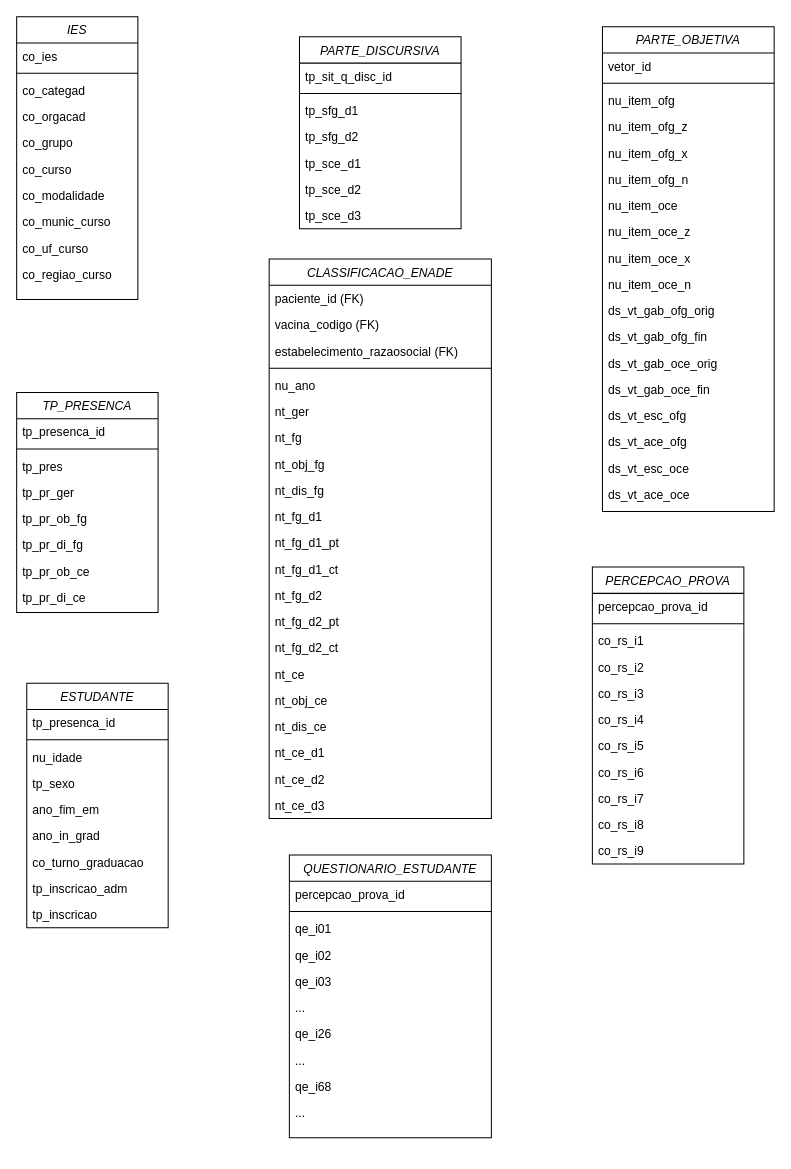
This is arthur_modelo_individual.drawio from troclaux/dw-trabalho-final-individual, a draw.io file, before an edit. Source tidied: cells renumbered, new cells numbered last; positions are measured from the earlier drawing's top-left corner, leaving out a move shared by most shapes. Both pictures are drawn from the tidied source at 101%, with x=0, y=0 at pixel (16, 16).
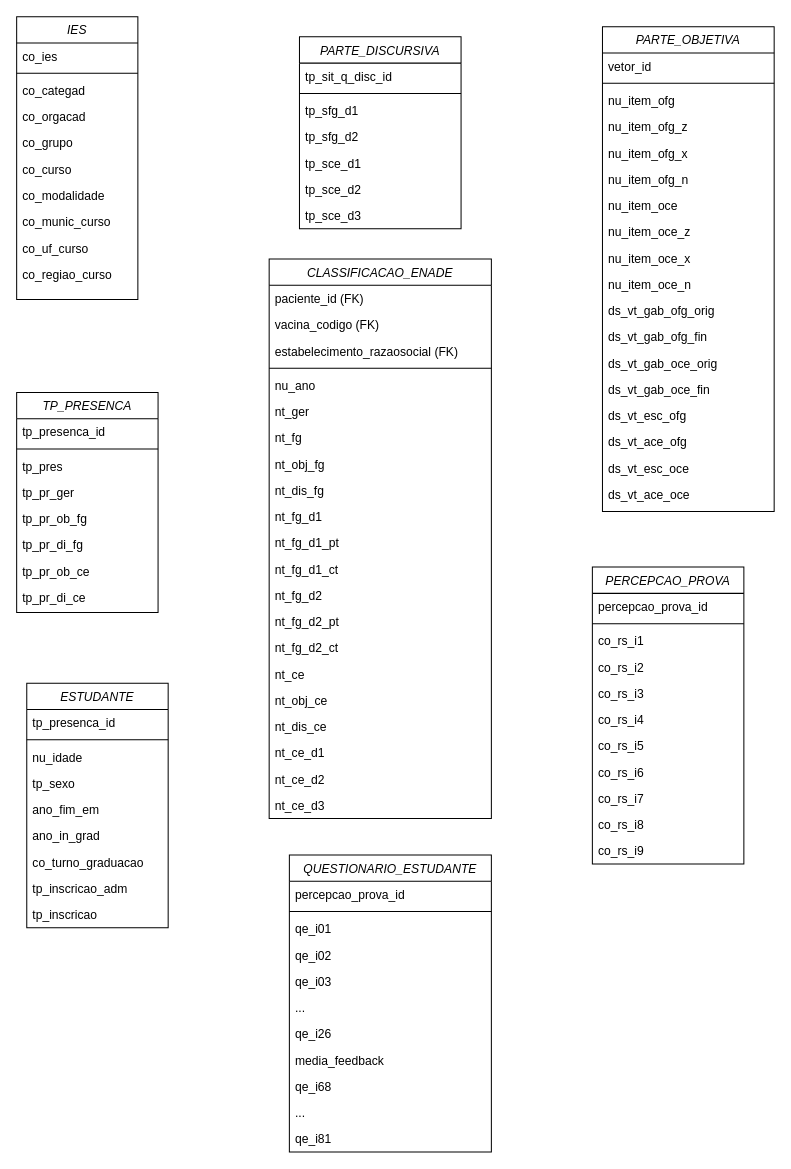
The same page after the edit.

Commit message (it also covers changes not shown here):
feat: cria tabela fato

Diff of the diagram source:
```diff
@@
     <mxCell id="93" value="QUESTIONARIO_ESTUDANTE" style="swimlane;fontStyle=2;align=center;verticalAlign=top;horizontal=1;startSize=26;rounded=0;shadow=0;strokeWidth=1;" parent="1" vertex="1">
-      <mxGeometry x="270" y="830" width="200" height="280" as="geometry" />
+      <mxGeometry x="270" y="830" width="200" height="294" as="geometry" />
     </mxCell>
@@
-    <mxCell id="101" value="..." style="text;align=left;verticalAlign=top;spacingLeft=4;spacingRight=4;overflow=hidden;" parent="93" vertex="1">
+    <mxCell id="101" value="media_feedback" style="text;align=left;verticalAlign=top;spacingLeft=4;spacingRight=4;overflow=hidden;" parent="93" vertex="1">
       <mxGeometry y="190" width="200" height="26" as="geometry" />
     </mxCell>
@@
+    <mxCell id="104" value="qe_i81" style="text;align=left;verticalAlign=top;spacingLeft=4;spacingRight=4;overflow=hidden;" parent="93" vertex="1">
+      <mxGeometry y="268" width="200" height="26" as="geometry" />
+    </mxCell>
```
